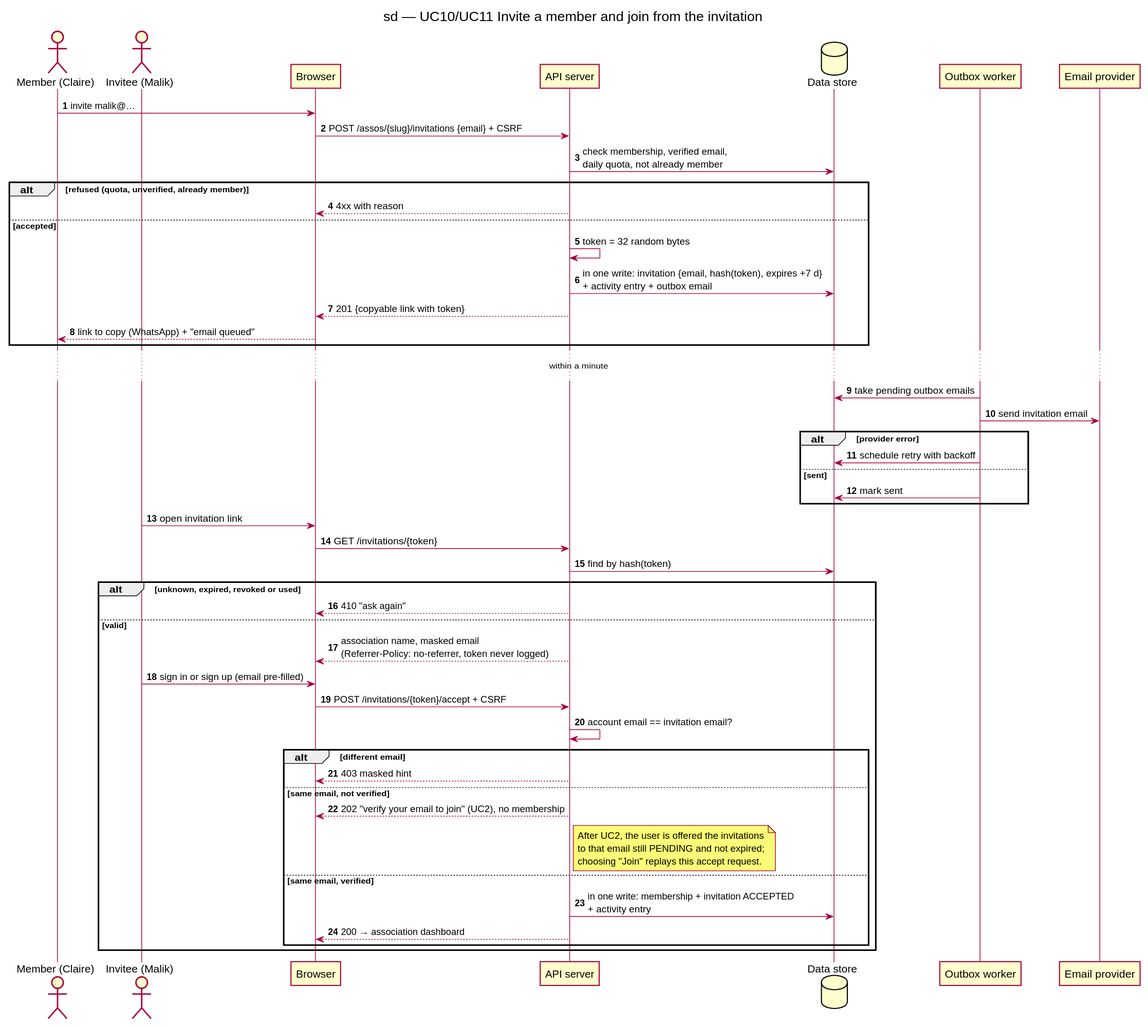
Above: docs/architecture/diagrams/v1-events/02b-sequence-invite-and-join.svg in benoit-bremaud/HappiHub (PlantUML), before the change.
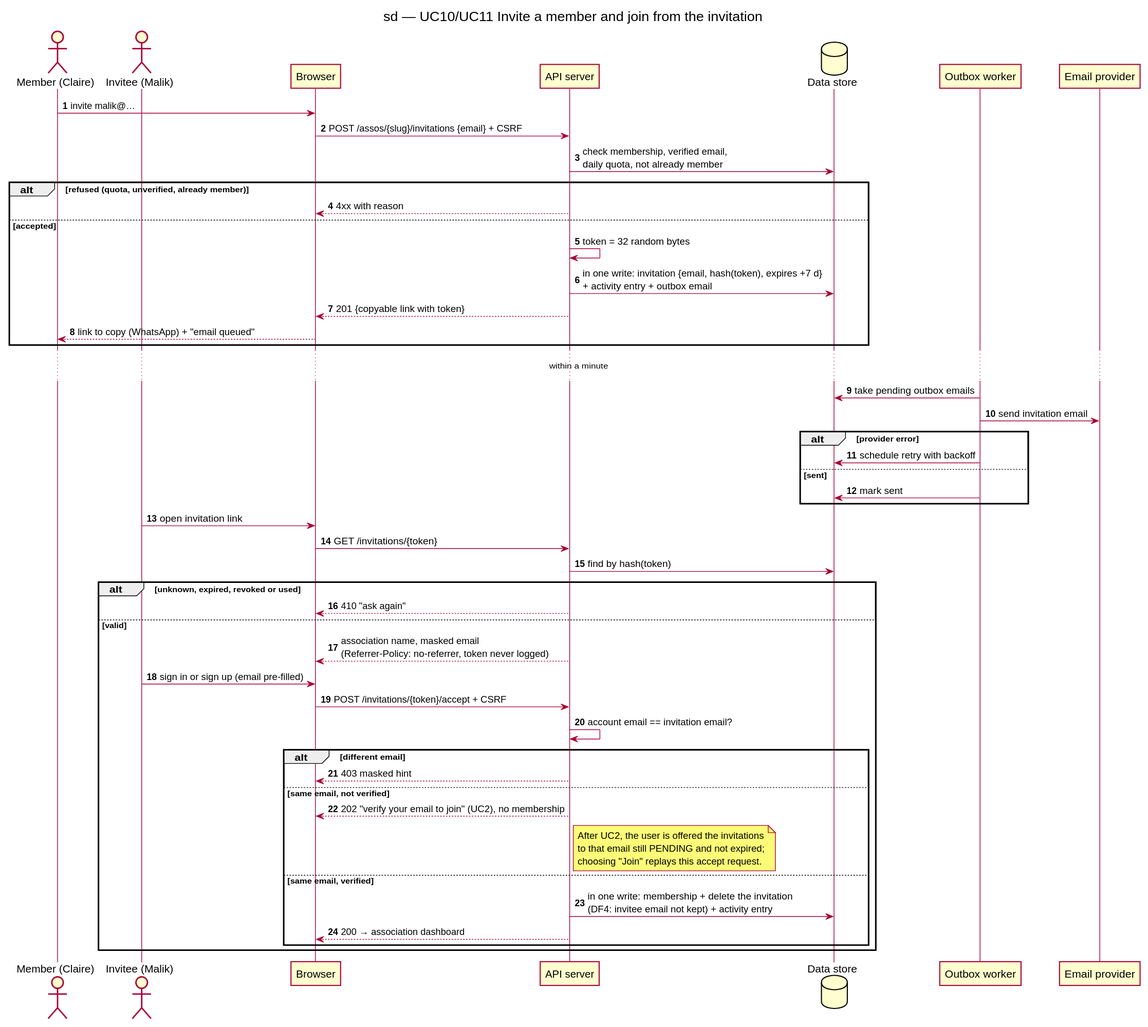
The same file after the commit.

Change to the diagram source:
```diff
@@ -49,7 +49,7 @@
       choosing "Join" replays this accept request.
     end note
   else same email, verified
-    A -> D : in one write: membership + invitation ACCEPTED\n+ activity entry
+    A -> D : in one write: membership + delete the invitation\n(DF4: invitee email not kept) + activity entry
     A --> B : 200 → association dashboard
   end
 end
```
